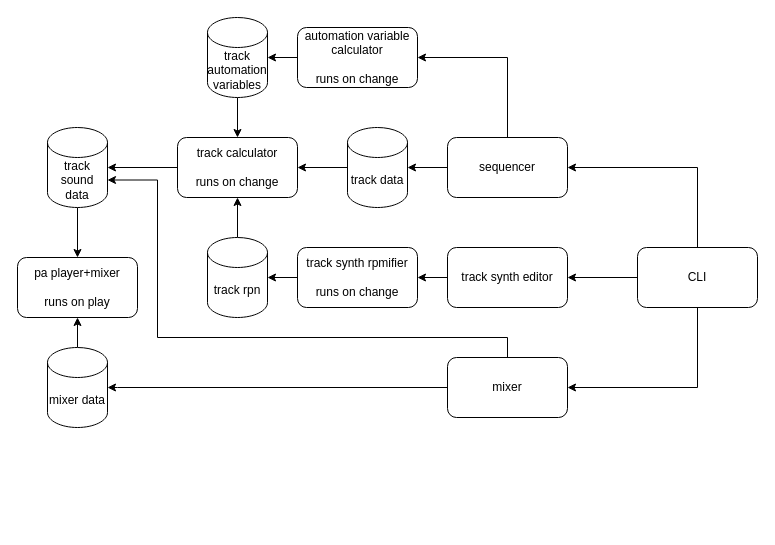
The draw.io diagram code_structure.drawio in EmiliaThorsen/algomusic, before the edit. Source tidied: cells renumbered, new cells numbered last; positions are measured from the earlier drawing's top-left corner, leaving out a move shared by most shapes. Both pictures are drawn from the tidied source at 100%, with x=0, y=0 at pixel (17, 17).
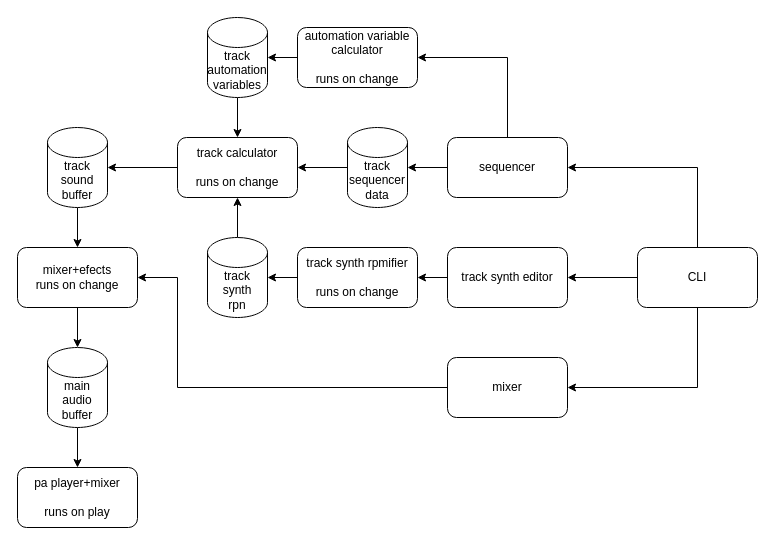
The same diagram, later.

The change refers to these unchanged cells:
```xml
<mxCell id="22" value="mixer" style="rounded=1;whiteSpace=wrap;html=1;" parent="1" vertex="1">
  <mxGeometry x="430" y="340" width="120" height="60" as="geometry" />
</mxCell>
```

The edit, as a diff of the source:
```diff
@@
     <mxCell id="2" value="pa player+mixer&lt;br&gt;&lt;br&gt;runs on play" style="rounded=1;whiteSpace=wrap;html=1;" parent="1" vertex="1">
-      <mxGeometry y="240" width="120" height="60" as="geometry" />
+      <mxGeometry y="450" width="120" height="60" as="geometry" />
     </mxCell>
-    <mxCell id="3" style="edgeStyle=orthogonalEdgeStyle;rounded=0;jettySize=auto;html=1;exitX=0.5;exitY=1;exitDx=0;exitDy=0;exitPerimeter=0;entryX=0.5;entryY=0;entryDx=0;entryDy=0;" parent="1" edge="1" source="4" target="2">
-      <mxGeometry relative="1" as="geometry" />
-    </mxCell>
+    <mxCell id="31" style="edgeStyle=orthogonalEdgeStyle;rounded=0;jettySize=auto;html=1;" parent="1" edge="1" source="4" target="34">
+      <mxGeometry relative="1" as="geometry" />
+    </mxCell>
-    <mxCell id="4" value="track sound data" style="shape=cylinder3;whiteSpace=wrap;html=1;boundedLbl=1;backgroundOutline=1;size=15;" parent="1" vertex="1">
+    <mxCell id="4" value="track sound buffer" style="shape=cylinder3;whiteSpace=wrap;html=1;boundedLbl=1;backgroundOutline=1;size=15;" parent="1" vertex="1">
       <mxGeometry x="30" y="110" width="60" height="80" as="geometry" />
     </mxCell>
@@
-    <mxCell id="8" value="track rpn" style="shape=cylinder3;whiteSpace=wrap;html=1;boundedLbl=1;backgroundOutline=1;size=15;" parent="1" vertex="1">
+    <mxCell id="8" value="track synth&lt;br&gt;rpn" style="shape=cylinder3;whiteSpace=wrap;html=1;boundedLbl=1;backgroundOutline=1;size=15;" parent="1" vertex="1">
       <mxGeometry x="190" y="220" width="60" height="80" as="geometry" />
     </mxCell>
@@
-    <mxCell id="17" value="track data" style="shape=cylinder3;whiteSpace=wrap;html=1;boundedLbl=1;backgroundOutline=1;size=15;" parent="1" vertex="1">
+    <mxCell id="17" value="track sequencer data" style="shape=cylinder3;whiteSpace=wrap;html=1;boundedLbl=1;backgroundOutline=1;size=15;" parent="1" vertex="1">
       <mxGeometry x="330" y="110" width="60" height="80" as="geometry" />
     </mxCell>
-    <mxCell id="18" style="edgeStyle=orthogonalEdgeStyle;rounded=0;jettySize=auto;html=1;exitX=0.5;exitY=0;exitDx=0;exitDy=0;exitPerimeter=0;entryX=0.5;entryY=1;entryDx=0;entryDy=0;" parent="1" edge="1" source="19" target="2">
-      <mxGeometry relative="1" as="geometry" />
-    </mxCell>
-    <mxCell id="19" value="mixer data" style="shape=cylinder3;whiteSpace=wrap;html=1;boundedLbl=1;backgroundOutline=1;size=15;" parent="1" vertex="1">
-      <mxGeometry x="30" y="330" width="60" height="80" as="geometry" />
-    </mxCell>
-    <mxCell id="20" style="edgeStyle=orthogonalEdgeStyle;rounded=0;jettySize=auto;html=1;exitX=0;exitY=0.5;exitDx=0;exitDy=0;entryX=1;entryY=0.5;entryDx=0;entryDy=0;entryPerimeter=0;" parent="1" edge="1" source="22" target="19">
-      <mxGeometry relative="1" as="geometry">
-        <Array as="points">
-          <mxPoint x="100" y="370" />
-        </Array>
-      </mxGeometry>
-    </mxCell>
-    <mxCell id="21" style="edgeStyle=orthogonalEdgeStyle;rounded=0;jettySize=auto;html=1;exitX=0.5;exitY=0;exitDx=0;exitDy=0;entryX=1;entryY=0;entryDx=0;entryDy=52.5;entryPerimeter=0;" parent="1" edge="1" source="22" target="4">
-      <mxGeometry relative="1" as="geometry">
-        <Array as="points">
-          <mxPoint x="490" y="320" />
-          <mxPoint x="140" y="320" />
-          <mxPoint x="140" y="163" />
-        </Array>
-      </mxGeometry>
-    </mxCell>
+    <mxCell id="32" style="edgeStyle=orthogonalEdgeStyle;rounded=0;jettySize=auto;html=1;exitX=0;exitY=0.5;exitDx=0;exitDy=0;entryX=1;entryY=0.5;entryDx=0;entryDy=0;" parent="1" edge="1" source="22" target="34">
+      <mxGeometry relative="1" as="geometry">
+        <Array as="points">
+          <mxPoint x="160" y="370" />
+          <mxPoint x="160" y="260" />
+        </Array>
+      </mxGeometry>
+    </mxCell>
@@
+    <mxCell id="33" style="edgeStyle=orthogonalEdgeStyle;rounded=0;jettySize=auto;html=1;" parent="1" edge="1" source="34" target="36">
+      <mxGeometry relative="1" as="geometry" />
+    </mxCell>
+    <mxCell id="34" value="mixer+efects&lt;br&gt;runs on change" style="rounded=1;whiteSpace=wrap;html=1;" parent="1" vertex="1">
+      <mxGeometry y="230" width="120" height="60" as="geometry" />
+    </mxCell>
+    <mxCell id="35" style="edgeStyle=orthogonalEdgeStyle;rounded=0;jettySize=auto;html=1;" parent="1" edge="1" source="36" target="2">
+      <mxGeometry relative="1" as="geometry" />
+    </mxCell>
+    <mxCell id="36" value="main audio buffer" style="shape=cylinder3;whiteSpace=wrap;html=1;boundedLbl=1;backgroundOutline=1;size=15;" parent="1" vertex="1">
+      <mxGeometry x="30" y="330" width="60" height="80" as="geometry" />
+    </mxCell>
```
